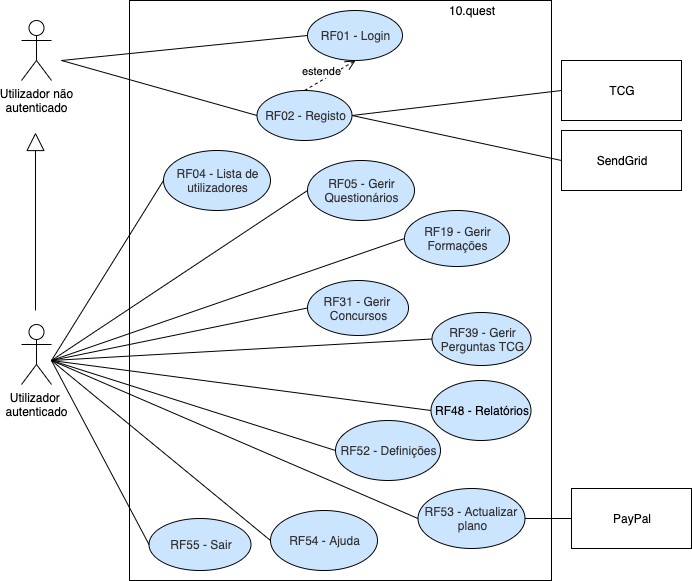
Earlier version of the draw.io export img/rf/alto-nivel.png (BrunoGrifo/Tese). Source tidied: cells renumbered, new cells last; positions are measured from the earlier drawing's top-left corner, leaving out a move shared by most shapes.
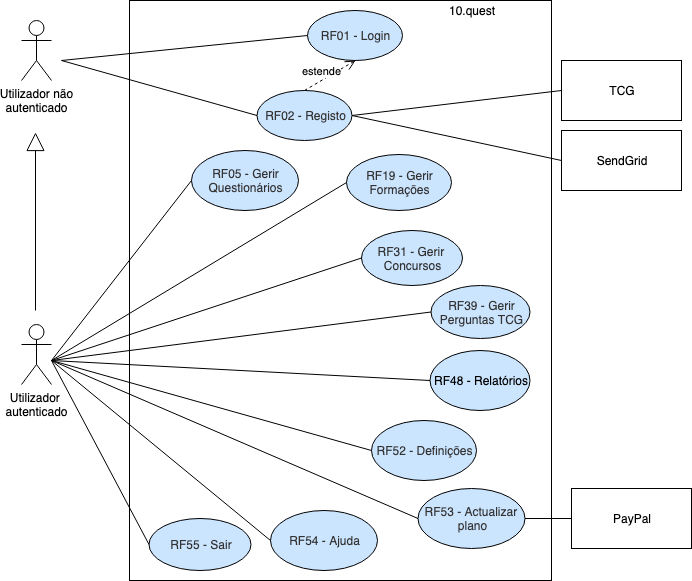
Later version of the same file.

Change to the diagram source:
```diff
@@ -37,13 +37,13 @@
       </mxGeometry>
     </mxCell>
     <mxCell id="11" value="RF05 - Gerir&lt;br&gt;Questionários" style="ellipse;whiteSpace=wrap;html=1;fillColor=#CCE5FF;strokeColor=#000000;fontColor=#333333;" parent="1" vertex="1">
-      <mxGeometry x="286" y="160" width="107" height="60" as="geometry" />
+      <mxGeometry x="170" y="150" width="107" height="60" as="geometry" />
     </mxCell>
     <mxCell id="12" value="RF19 - Gerir&lt;br&gt;Formações" style="ellipse;whiteSpace=wrap;html=1;fillColor=#CCE5FF;strokeColor=#000000;fontColor=#333333;" parent="1" vertex="1">
-      <mxGeometry x="383" y="210" width="105" height="56" as="geometry" />
+      <mxGeometry x="325" y="154" width="105" height="56" as="geometry" />
     </mxCell>
     <mxCell id="13" value="RF52 - Definições" style="ellipse;whiteSpace=wrap;html=1;fillColor=#CCE5FF;strokeColor=#000000;fontColor=#333333;" parent="1" vertex="1">
-      <mxGeometry x="314" y="420" width="105" height="60" as="geometry" />
+      <mxGeometry x="350" y="420" width="105" height="60" as="geometry" />
     </mxCell>
     <mxCell id="14" value="RF53 - Actualizar&amp;nbsp;&lt;br&gt;plano" style="ellipse;whiteSpace=wrap;html=1;fillColor=#CCE5FF;strokeColor=#000000;fontColor=#333333;" parent="1" vertex="1">
       <mxGeometry x="396.5" y="488" width="107" height="60" as="geometry" />
@@ -91,7 +91,7 @@
       <mxGeometry x="550" y="488" width="120" height="60" as="geometry" />
     </mxCell>
     <mxCell id="25" value="RF31 - Gerir &lt;br&gt;Concursos" style="ellipse;whiteSpace=wrap;html=1;fillColor=#CCE5FF;strokeColor=#000000;fontColor=#333333;" parent="1" vertex="1">
-      <mxGeometry x="286" y="280" width="101" height="55" as="geometry" />
+      <mxGeometry x="340" y="230" width="101" height="55" as="geometry" />
     </mxCell>
     <mxCell id="26" style="endArrow=none;html=1;entryX=0;entryY=0.5;entryDx=0;entryDy=0;" parent="1" edge="1" target="25">
       <mxGeometry relative="1" as="geometry">
@@ -99,7 +99,7 @@
       </mxGeometry>
     </mxCell>
     <mxCell id="27" value="RF39 - Gerir&lt;br&gt;Perguntas TCG" style="ellipse;whiteSpace=wrap;html=1;fillColor=#CCE5FF;strokeColor=#000000;fontColor=#333333;" parent="1" vertex="1">
-      <mxGeometry x="410.5" y="312" width="99" height="53" as="geometry" />
+      <mxGeometry x="409.5" y="285" width="99" height="53" as="geometry" />
     </mxCell>
     <mxCell id="28" style="endArrow=none;html=1;entryX=0;entryY=0.5;entryDx=0;entryDy=0;" parent="1" edge="1" target="27">
       <mxGeometry relative="1" as="geometry">
@@ -118,21 +118,13 @@
       <mxGeometry x="540" y="60" width="120" height="60" as="geometry" />
     </mxCell>
     <mxCell id="32" value="RF48 - Relatórios" style="ellipse;whiteSpace=wrap;html=1;fillColor=#CCE5FF;" parent="1" vertex="1">
-      <mxGeometry x="409.5" y="380" width="100" height="60" as="geometry" />
+      <mxGeometry x="408.5" y="350" width="100" height="60" as="geometry" />
     </mxCell>
     <mxCell id="33" style="endArrow=none;html=1;entryX=0;entryY=0.5;entryDx=0;entryDy=0;" parent="1" edge="1" target="32">
       <mxGeometry relative="1" as="geometry">
         <mxPoint x="30" y="360" as="sourcePoint" />
       </mxGeometry>
     </mxCell>
-    <mxCell id="34" value="RF04 - Lista de utilizadores" style="ellipse;whiteSpace=wrap;html=1;fillColor=#CCE5FF;strokeColor=#000000;fontColor=#333333;" parent="1" vertex="1">
-      <mxGeometry x="142" y="150" width="107" height="60" as="geometry" />
-    </mxCell>
-    <mxCell id="35" style="endArrow=none;html=1;entryX=0;entryY=0.5;entryDx=0;entryDy=0;" parent="1" edge="1" target="34">
-      <mxGeometry relative="1" as="geometry">
-        <mxPoint x="30" y="360" as="sourcePoint" />
-      </mxGeometry>
-    </mxCell>
     <mxCell id="36" value="SendGrid" style="rounded=0;whiteSpace=wrap;html=1;" parent="1" vertex="1">
       <mxGeometry x="540" y="130" width="120" height="60" as="geometry" />
     </mxCell>
```
